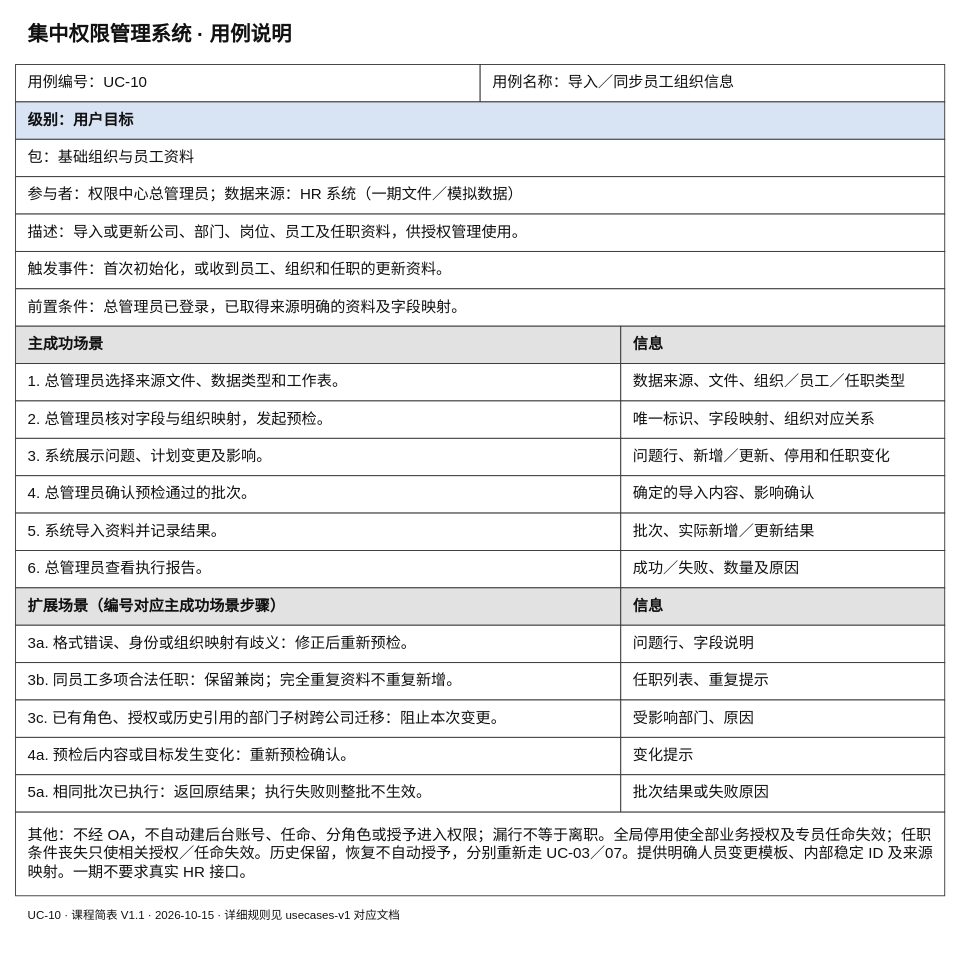
Earlier version of the draw.io diagram docs/按用例分类/UC-10_导入／同步员工组织信息/课程简表.drawio (Noah-hope/RBAC-admin). Source tidied: cells renumbered, new cells numbered last; positions are measured from the earlier drawing's top-left corner, leaving out a move shared by most shapes. Both pictures are drawn from the tidied source at 89%, with x=0, y=0 at pixel (15, 15).
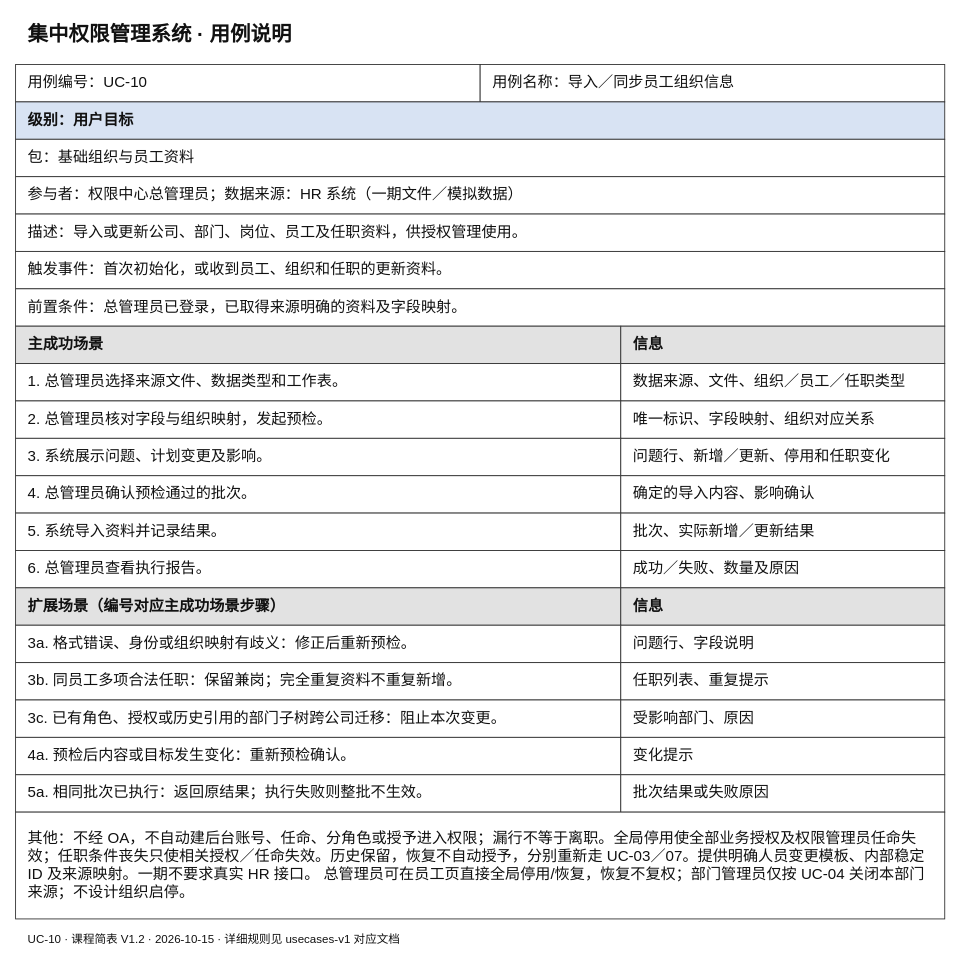
Above is the later version.

Change to the diagram source:
```diff
@@
-    <mxCell id="37" value="其他：不经 OA，不自动建后台账号、任命、分角色或授予进入权限；漏行不等于离职。全局停用使全部业务授权及专员任命失效；任职条件丧失只使相关授权／任命失效。历史保留，恢复不自动授予，分别重新走 UC-03／07。提供明确人员变更模板、内部稳定 ID 及来源映射。一期不要求真实 HR 接口。" style="rounded=0;whiteSpace=wrap;html=0;fontFamily=Microsoft YaHei;fontSize=17;fontColor=#111111;align=left;verticalAlign=middle;spacingLeft=12;spacingRight=12;spacingTop=8;spacingBottom=8;fillColor=#ffffff;strokeColor=#333333;fontStyle=0;" parent="1" vertex="1">
-      <mxGeometry y="895" width="1044" height="94" as="geometry" />
+    <mxCell id="37" value="其他：不经 OA，不自动建后台账号、任命、分角色或授予进入权限；漏行不等于离职。全局停用使全部业务授权及权限管理员任命失效；任职条件丧失只使相关授权／任命失效。历史保留，恢复不自动授予，分别重新走 UC-03／07。提供明确人员变更模板、内部稳定 ID 及来源映射。一期不要求真实 HR 接口。 总管理员可在员工页直接全局停用/恢复，恢复不复权；部门管理员仅按 UC-04 关闭本部门来源；不设计组织启停。" style="rounded=0;whiteSpace=wrap;html=0;fontFamily=Microsoft YaHei;fontSize=17;fontColor=#111111;align=left;verticalAlign=middle;spacingLeft=12;spacingRight=12;spacingTop=8;spacingBottom=8;fillColor=#ffffff;strokeColor=#333333;fontStyle=0;" parent="1" vertex="1">
+      <mxGeometry y="895" width="1044" height="120" as="geometry" />
     </mxCell>
-    <mxCell id="38" value="UC-10 · 课程简表 V1.1 · 2026-10-15 · 详细规则见 usecases-v1 对应文档" style="rounded=0;whiteSpace=wrap;html=0;fontFamily=Microsoft YaHei;fontSize=13;fontColor=#111111;align=left;verticalAlign=middle;spacingLeft=12;spacingRight=12;spacingTop=8;spacingBottom=8;fillColor=#ffffff;strokeColor=none;fontStyle=0;" parent="1" vertex="1">
-      <mxGeometry y="996" width="1044" height="30" as="geometry" />
+    <mxCell id="38" value="UC-10 · 课程简表 V1.2 · 2026-10-15 · 详细规则见 usecases-v1 对应文档" style="rounded=0;whiteSpace=wrap;html=0;fontFamily=Microsoft YaHei;fontSize=13;fontColor=#111111;align=left;verticalAlign=middle;spacingLeft=12;spacingRight=12;spacingTop=8;spacingBottom=8;fillColor=#ffffff;strokeColor=none;fontStyle=0;" parent="1" vertex="1">
+      <mxGeometry y="1022" width="1044" height="30" as="geometry" />
     </mxCell>
```
